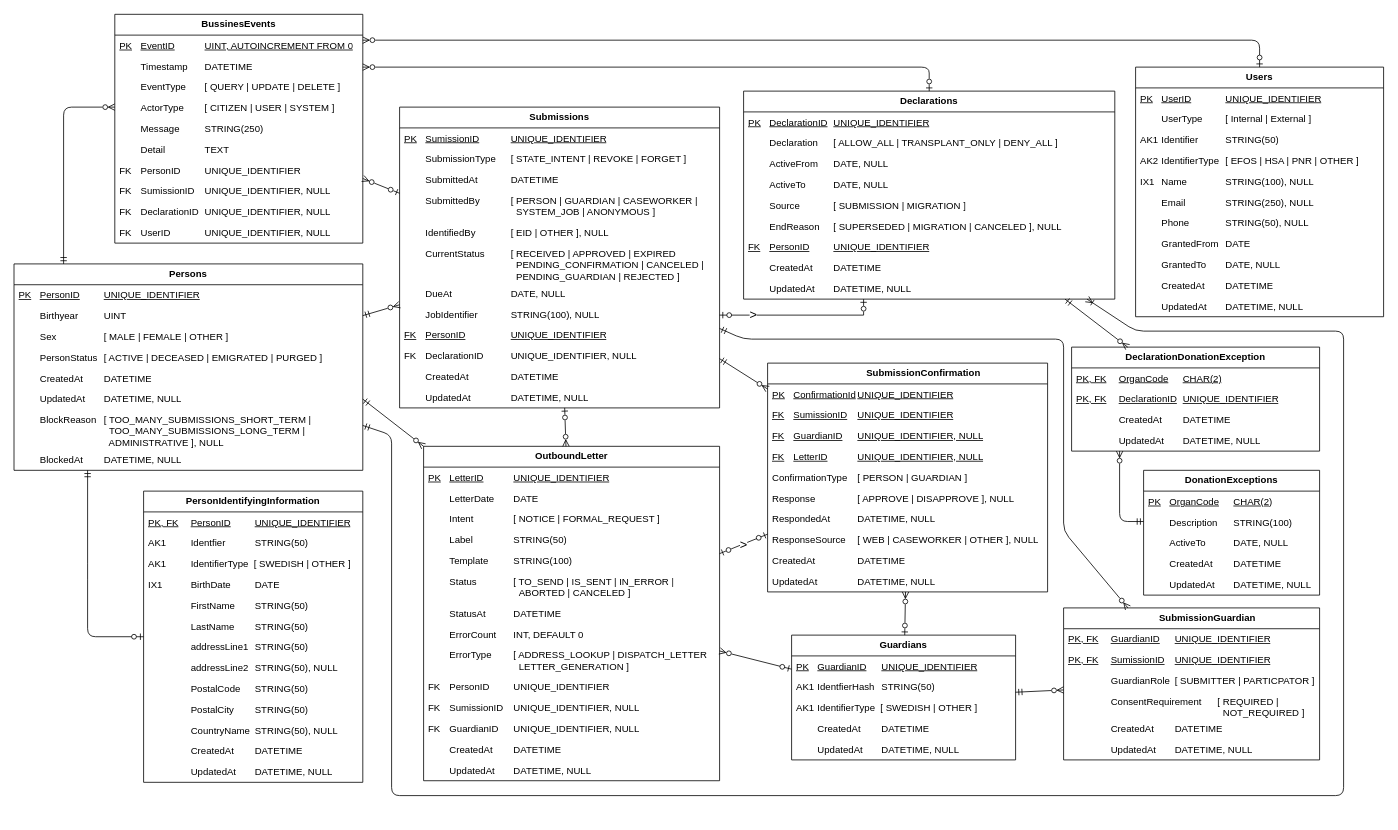
Earlier version of the draw.io diagram page "Liggande Logisk modell" (9 of 9) of Donationsregister.drawio (bhagqvist-consid/ICD11). Source tidied: cells renumbered, new cells numbered last; positions are measured from the earlier drawing's top-left corner, leaving out a move shared by most shapes. Both pictures are drawn from the tidied source at 80%, with x=0, y=0 at pixel (14, 14).
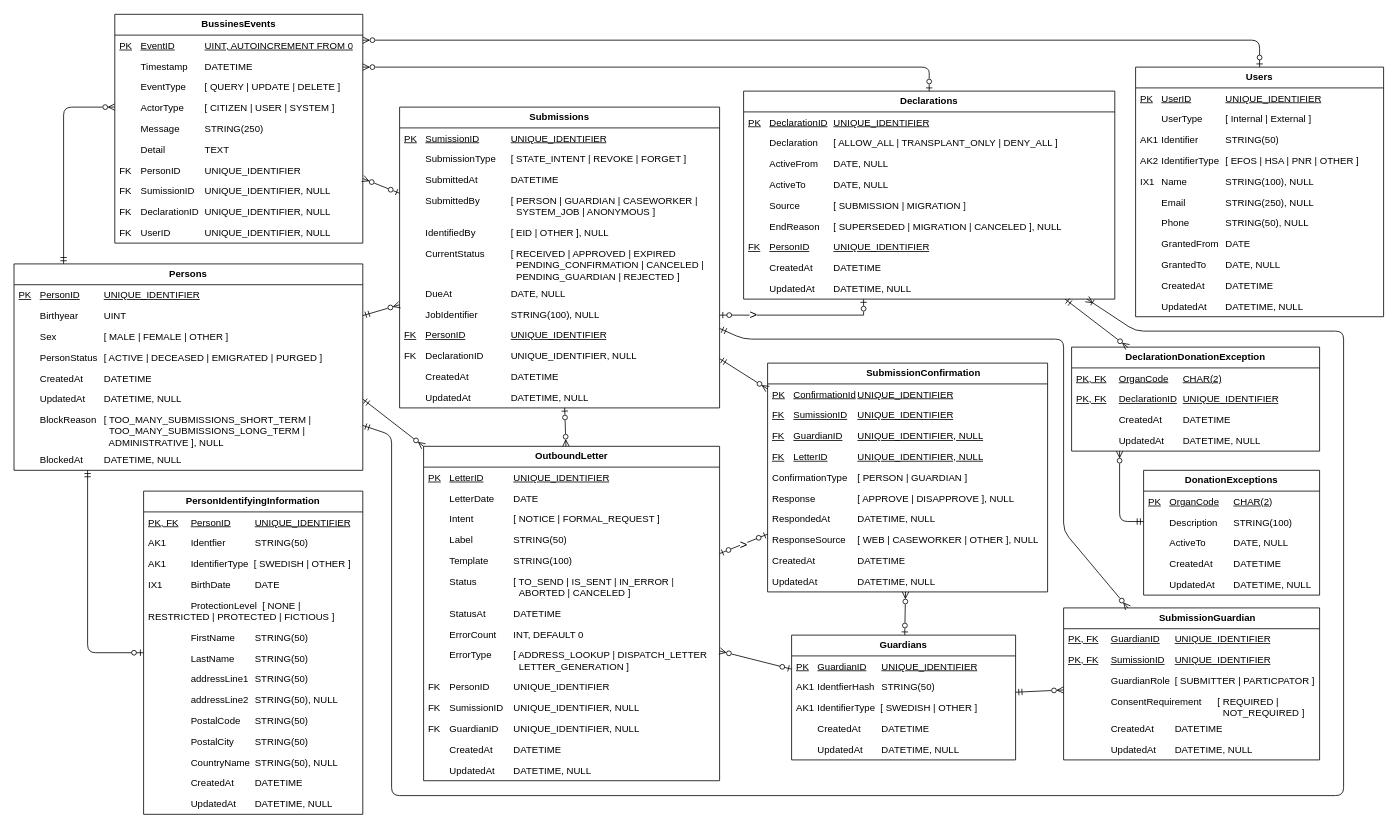
After the change.

Change to the diagram source:
```diff
@@
     <mxCell id="34" value="PersonIdentifyingInformation" style="swimlane;fontStyle=1;horizontal=1;startSize=26;fillColor=none;whiteSpace=wrap;html=1;" parent="1" vertex="1">
-      <mxGeometry x="162" y="596.4" width="274" height="364" as="geometry" />
+      <mxGeometry x="162" y="596.4" width="274" height="404" as="geometry" />
     </mxCell>
@@
+    <mxCell id="139" value="&lt;span style=&quot;white-space: pre;&quot;&gt;&lt;span style=&quot;white-space: pre;&quot;&gt;&#9;&lt;/span&gt;&#9;&lt;/span&gt;ProtectionLevel&amp;nbsp; [ NONE | RESTRICTED | PROTECTED | FICTIOUS ]" style="text;strokeColor=none;fillColor=none;align=left;verticalAlign=top;spacingLeft=4;spacingRight=4;overflow=hidden;whiteSpace=wrap;html=1;" parent="34" vertex="1">
+      <mxGeometry y="130" width="274" height="40" as="geometry" />
+    </mxCell>
     <mxCell id="39" value="&lt;span style=&quot;white-space: pre;&quot;&gt;&lt;span style=&quot;white-space: pre;&quot;&gt;&#9;&lt;/span&gt;&#9;&lt;/span&gt;FirstName&lt;span style=&quot;white-space: pre;&quot;&gt;&#9;&lt;/span&gt;STRING(50)" style="text;strokeColor=none;fillColor=none;align=left;verticalAlign=top;spacingLeft=4;spacingRight=4;overflow=hidden;whiteSpace=wrap;html=1;" parent="34" vertex="1">
-      <mxGeometry y="130" width="274" height="26" as="geometry" />
+      <mxGeometry y="170" width="274" height="26" as="geometry" />
     </mxCell>
     <mxCell id="40" value="&lt;span style=&quot;white-space: pre;&quot;&gt;&lt;span style=&quot;white-space: pre;&quot;&gt;&#9;&lt;/span&gt;&#9;&lt;/span&gt;LastName&lt;span style=&quot;white-space: pre;&quot;&gt;&#9;&lt;/span&gt;STRING(50)" style="text;strokeColor=none;fillColor=none;align=left;verticalAlign=top;spacingLeft=4;spacingRight=4;overflow=hidden;whiteSpace=wrap;html=1;" parent="34" vertex="1">
-      <mxGeometry y="156" width="274" height="26" as="geometry" />
+      <mxGeometry y="196" width="274" height="26" as="geometry" />
     </mxCell>
     <mxCell id="41" value="&lt;span style=&quot;white-space: pre;&quot;&gt;&lt;span style=&quot;white-space: pre;&quot;&gt;&#9;&lt;/span&gt;&#9;&lt;/span&gt;addressLine1&lt;span style=&quot;white-space: pre;&quot;&gt;&#9;&lt;/span&gt;STRING(50)" style="text;strokeColor=none;fillColor=none;align=left;verticalAlign=top;spacingLeft=4;spacingRight=4;overflow=hidden;whiteSpace=wrap;html=1;" parent="34" vertex="1">
-      <mxGeometry y="182" width="274" height="26" as="geometry" />
+      <mxGeometry y="222" width="274" height="26" as="geometry" />
     </mxCell>
     <mxCell id="42" value="&lt;span style=&quot;white-space: pre;&quot;&gt;&lt;span style=&quot;white-space: pre;&quot;&gt;&#9;&lt;/span&gt;&#9;&lt;/span&gt;addressLine2&lt;span style=&quot;white-space: pre;&quot;&gt;&#9;&lt;/span&gt;STRING(50), NULL" style="text;strokeColor=none;fillColor=none;align=left;verticalAlign=top;spacingLeft=4;spacingRight=4;overflow=hidden;whiteSpace=wrap;html=1;" parent="34" vertex="1">
-      <mxGeometry y="208" width="274" height="26" as="geometry" />
+      <mxGeometry y="248" width="274" height="26" as="geometry" />
     </mxCell>
     <mxCell id="43" value="&lt;span style=&quot;white-space: pre;&quot;&gt;&lt;span style=&quot;white-space: pre;&quot;&gt;&#9;&lt;/span&gt;&#9;&lt;/span&gt;PostalCode&lt;span style=&quot;white-space: pre;&quot;&gt;&#9;&lt;/span&gt;STRING(50)" style="text;strokeColor=none;fillColor=none;align=left;verticalAlign=top;spacingLeft=4;spacingRight=4;overflow=hidden;whiteSpace=wrap;html=1;" parent="34" vertex="1">
-      <mxGeometry y="234" width="274" height="26" as="geometry" />
+      <mxGeometry y="274" width="274" height="26" as="geometry" />
     </mxCell>
     <mxCell id="44" value="&lt;span style=&quot;white-space: pre;&quot;&gt;&lt;span style=&quot;white-space: pre;&quot;&gt;&#9;&lt;/span&gt;&#9;&lt;/span&gt;PostalCity&lt;span style=&quot;white-space: pre;&quot;&gt;&#9;&lt;/span&gt;STRING(50)" style="text;strokeColor=none;fillColor=none;align=left;verticalAlign=top;spacingLeft=4;spacingRight=4;overflow=hidden;whiteSpace=wrap;html=1;" parent="34" vertex="1">
-      <mxGeometry y="260" width="274" height="26" as="geometry" />
+      <mxGeometry y="300" width="274" height="26" as="geometry" />
     </mxCell>
     <mxCell id="45" value="&lt;span style=&quot;white-space: pre;&quot;&gt;&lt;span style=&quot;white-space: pre;&quot;&gt;&#9;&lt;/span&gt;&#9;&lt;/span&gt;CountryName&lt;span style=&quot;white-space: pre;&quot;&gt;&#9;&lt;/span&gt;STRING(50), NULL" style="text;strokeColor=none;fillColor=none;align=left;verticalAlign=top;spacingLeft=4;spacingRight=4;overflow=hidden;whiteSpace=wrap;html=1;" parent="34" vertex="1">
-      <mxGeometry y="286" width="274" height="26" as="geometry" />
+      <mxGeometry y="326" width="274" height="26" as="geometry" />
     </mxCell>
     <mxCell id="46" value="&lt;span style=&quot;white-space: pre;&quot;&gt;&lt;span style=&quot;white-space: pre;&quot;&gt;&#9;&lt;/span&gt;&#9;&lt;/span&gt;CreatedAt&amp;nbsp; &lt;span style=&quot;white-space: pre;&quot;&gt;&#9;&lt;/span&gt;DATETIME" style="text;strokeColor=none;fillColor=none;align=left;verticalAlign=top;spacingLeft=4;spacingRight=4;overflow=hidden;whiteSpace=wrap;html=1;" parent="34" vertex="1">
-      <mxGeometry y="312" width="274" height="26" as="geometry" />
+      <mxGeometry y="352" width="274" height="26" as="geometry" />
     </mxCell>
     <mxCell id="47" value="&lt;span style=&quot;white-space: pre;&quot;&gt;&lt;span style=&quot;white-space: pre;&quot;&gt;&#9;&lt;/span&gt;&#9;&lt;/span&gt;UpdatedAt&amp;nbsp; &lt;span style=&quot;white-space: pre;&quot;&gt;&#9;&lt;/span&gt;DATETIME, NULL" style="text;strokeColor=none;fillColor=none;align=left;verticalAlign=top;spacingLeft=4;spacingRight=4;overflow=hidden;whiteSpace=wrap;html=1;" parent="34" vertex="1">
-      <mxGeometry y="338" width="274" height="26" as="geometry" />
+      <mxGeometry y="378" width="274" height="26" as="geometry" />
     </mxCell>
```
